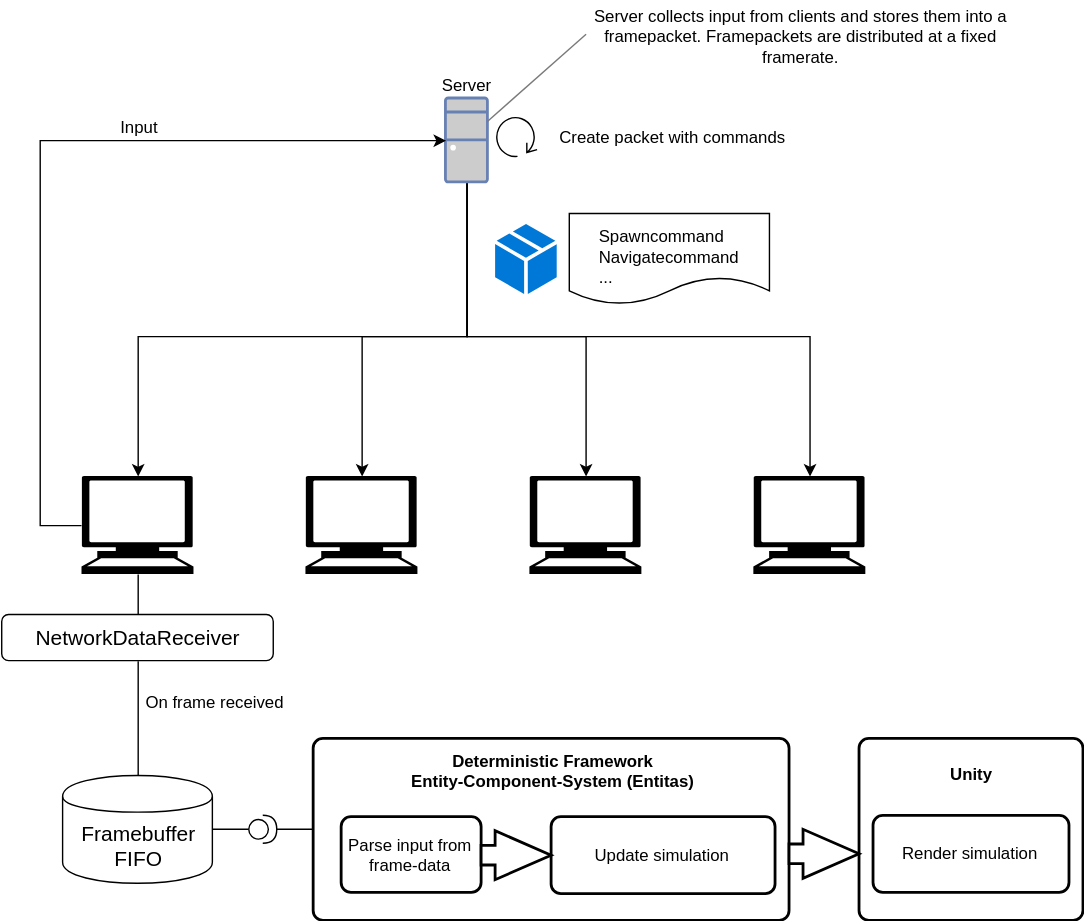
proepkes/UnityLockstep keeps this draw.io diagram as Docs/Overview.svg. Above is the earlier version. Source tidied: cells renumbered, new cells last; positions are measured from the earlier drawing's top-left corner, leaving out a move shared by most shapes.
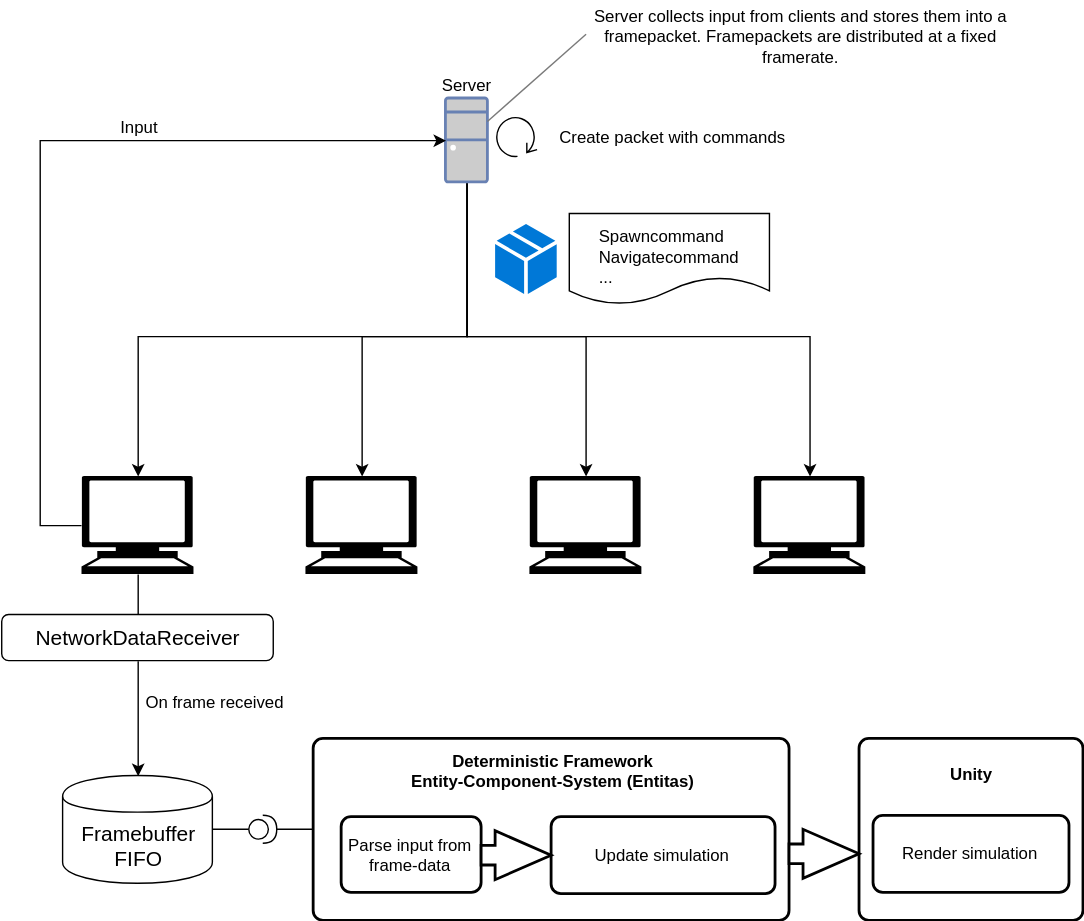
The same file after the commit.

The edit, as a diff of the source:
```diff
@@ -125,12 +125,12 @@
     <mxCell id="33" style="shape=providedRequiredInterface;html=1;verticalLabelPosition=bottom;" parent="1" vertex="1">
       <mxGeometry x="176" y="581" width="20" height="20" as="geometry" />
     </mxCell>
+    <mxCell id="37" style="edgeStyle=orthogonalEdgeStyle;rounded=0;html=1;exitX=0.5;exitY=1;exitDx=0;exitDy=0;entryX=0.5;entryY=0;entryDx=0;entryDy=0;startArrow=none;startFill=0;endArrow=classic;endFill=1;jettySize=auto;fontSize=15;" parent="1" edge="1" source="34" target="36">
+      <mxGeometry relative="1" as="geometry" />
+    </mxCell>
     <mxCell id="34" value="NetworkDataReceiver" style="rounded=1;whiteSpace=wrap;html=1;strokeColor=#000000;fillColor=#ffffff;fontSize=15;" parent="1" vertex="1">
       <mxGeometry x="-0.5" y="437.5" width="194" height="33" as="geometry" />
     </mxCell>
-    <mxCell id="35" style="edgeStyle=orthogonalEdgeStyle;rounded=0;html=1;exitX=0.5;exitY=0;exitDx=0;exitDy=0;entryX=0.5;entryY=1;entryDx=0;entryDy=0;endArrow=none;endFill=0;jettySize=auto;fontSize=15;" parent="1" edge="1" source="36" target="34">
-      <mxGeometry relative="1" as="geometry" />
-    </mxCell>
     <mxCell id="36" value="Framebuffer&lt;br&gt;FIFO&lt;br&gt;" style="shape=cylinder;whiteSpace=wrap;html=1;boundedLbl=1;backgroundOutline=1;strokeColor=#000000;fillColor=#ffffff;fontSize=15;" parent="1" vertex="1">
       <mxGeometry x="43" y="552.5" width="107" height="77" as="geometry" />
     </mxCell>
```
